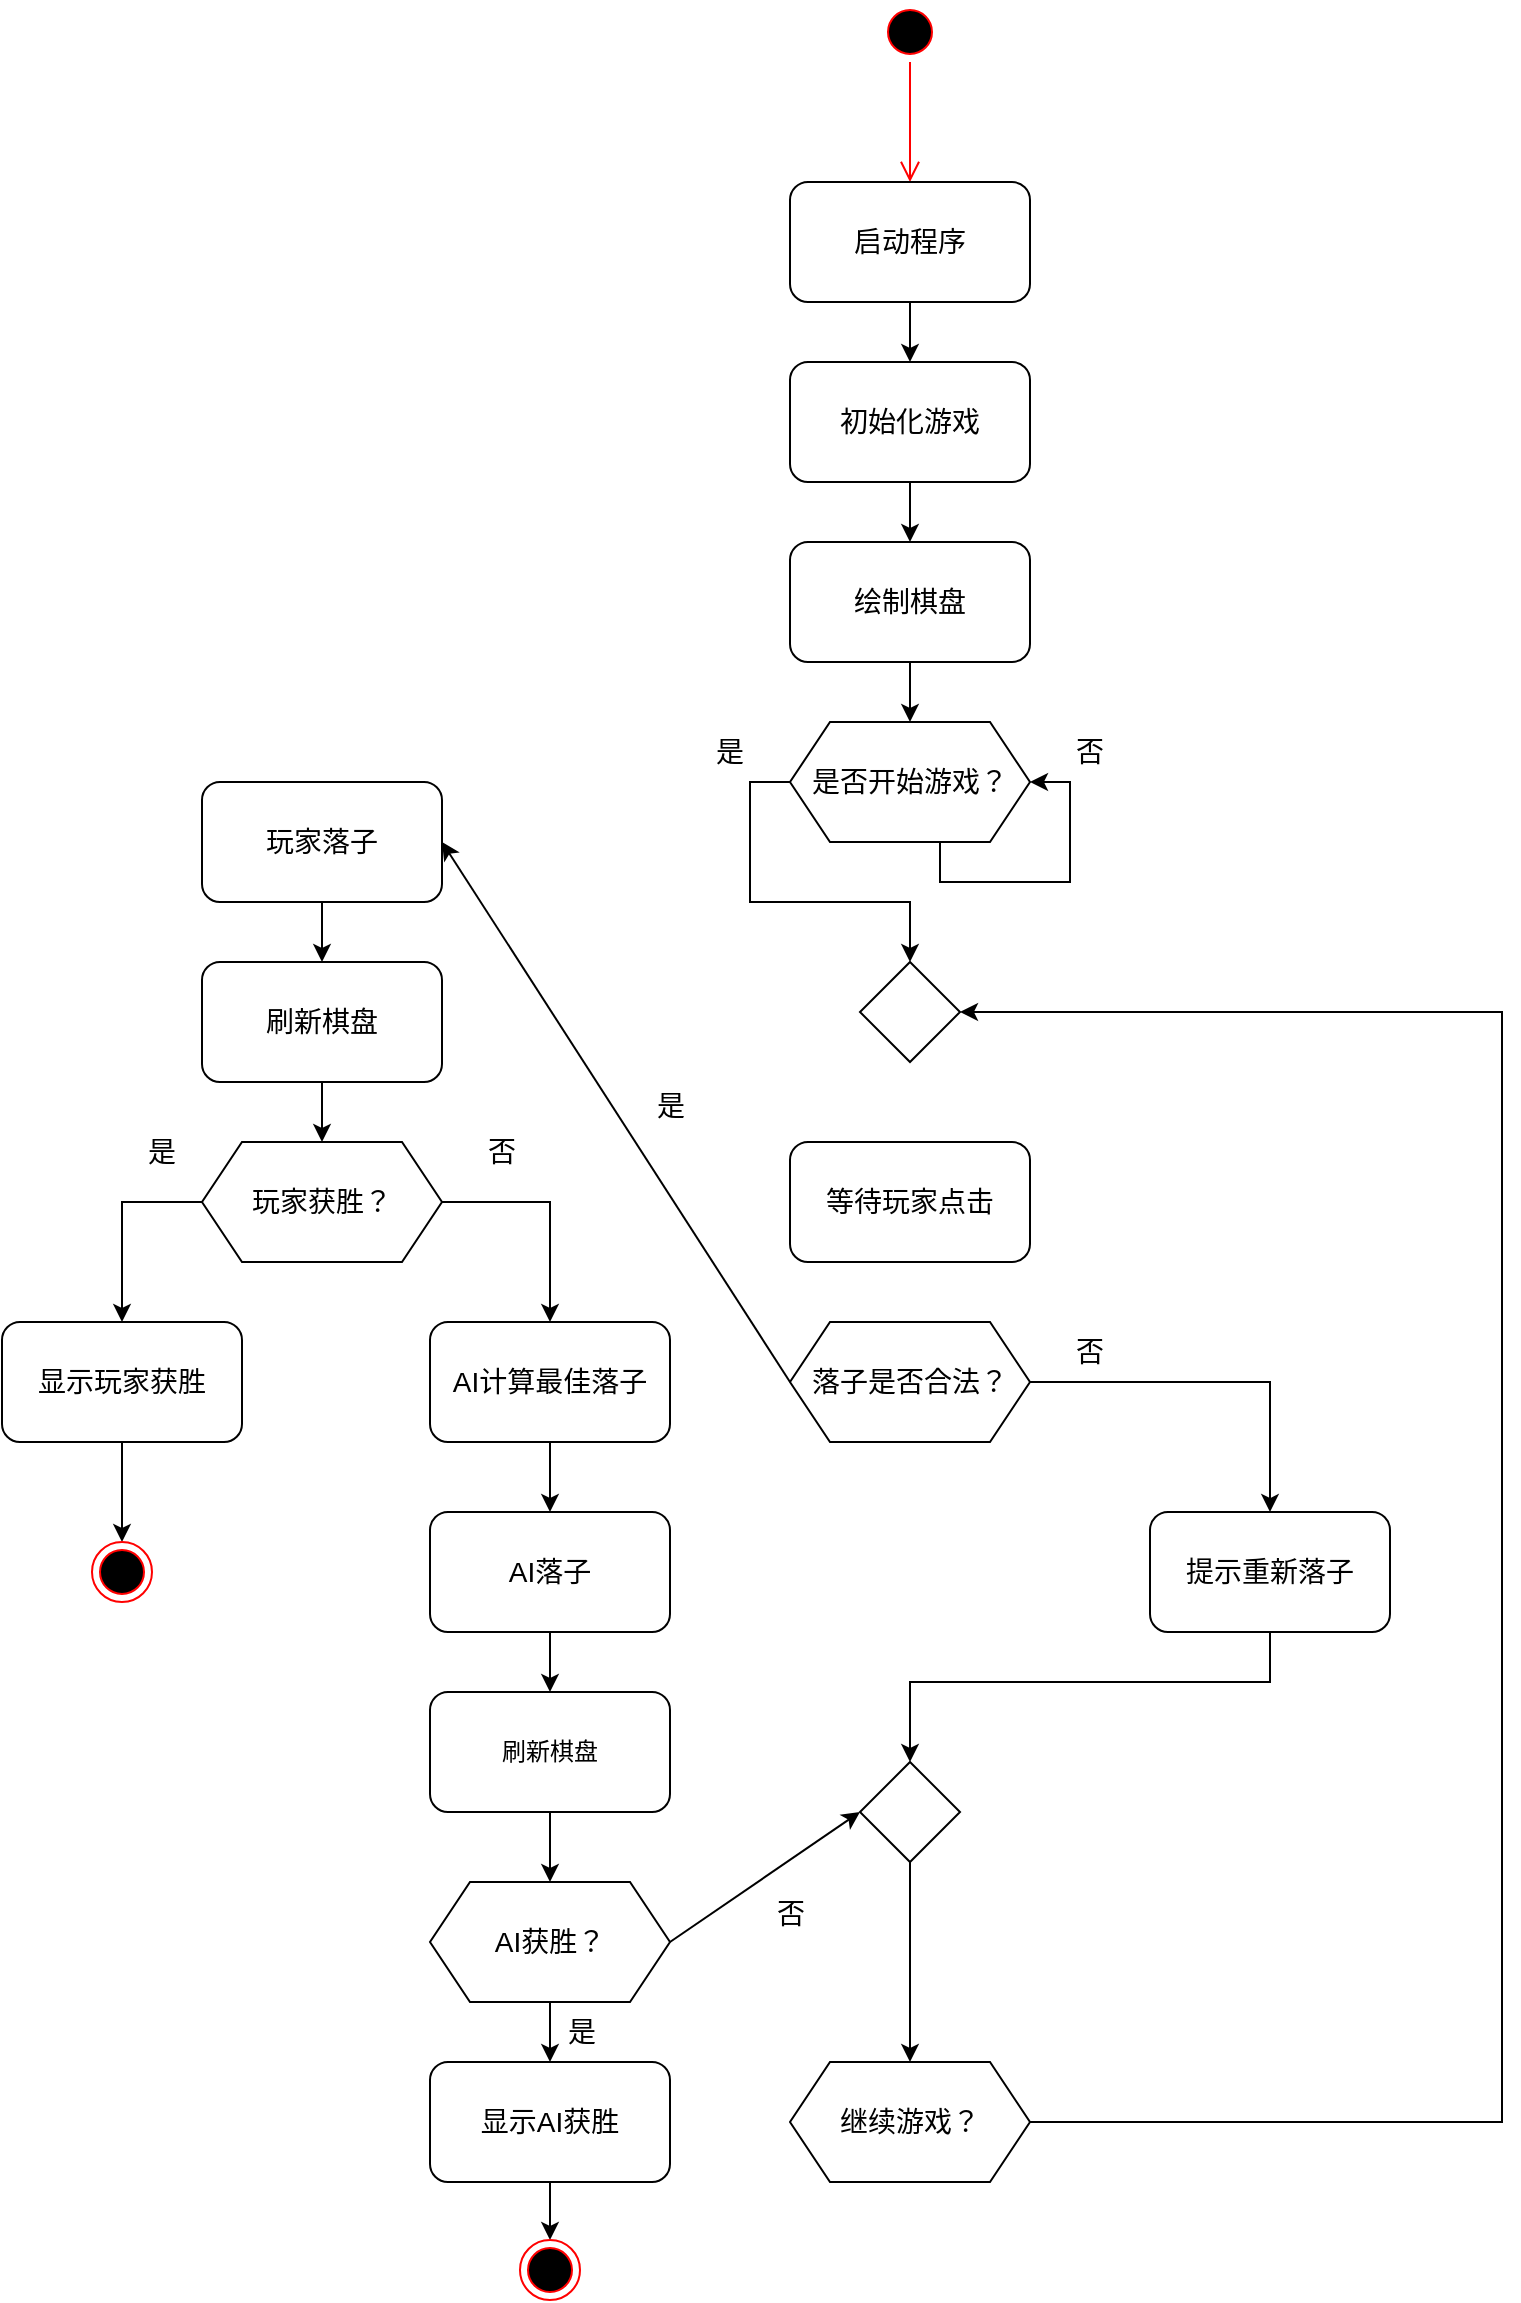
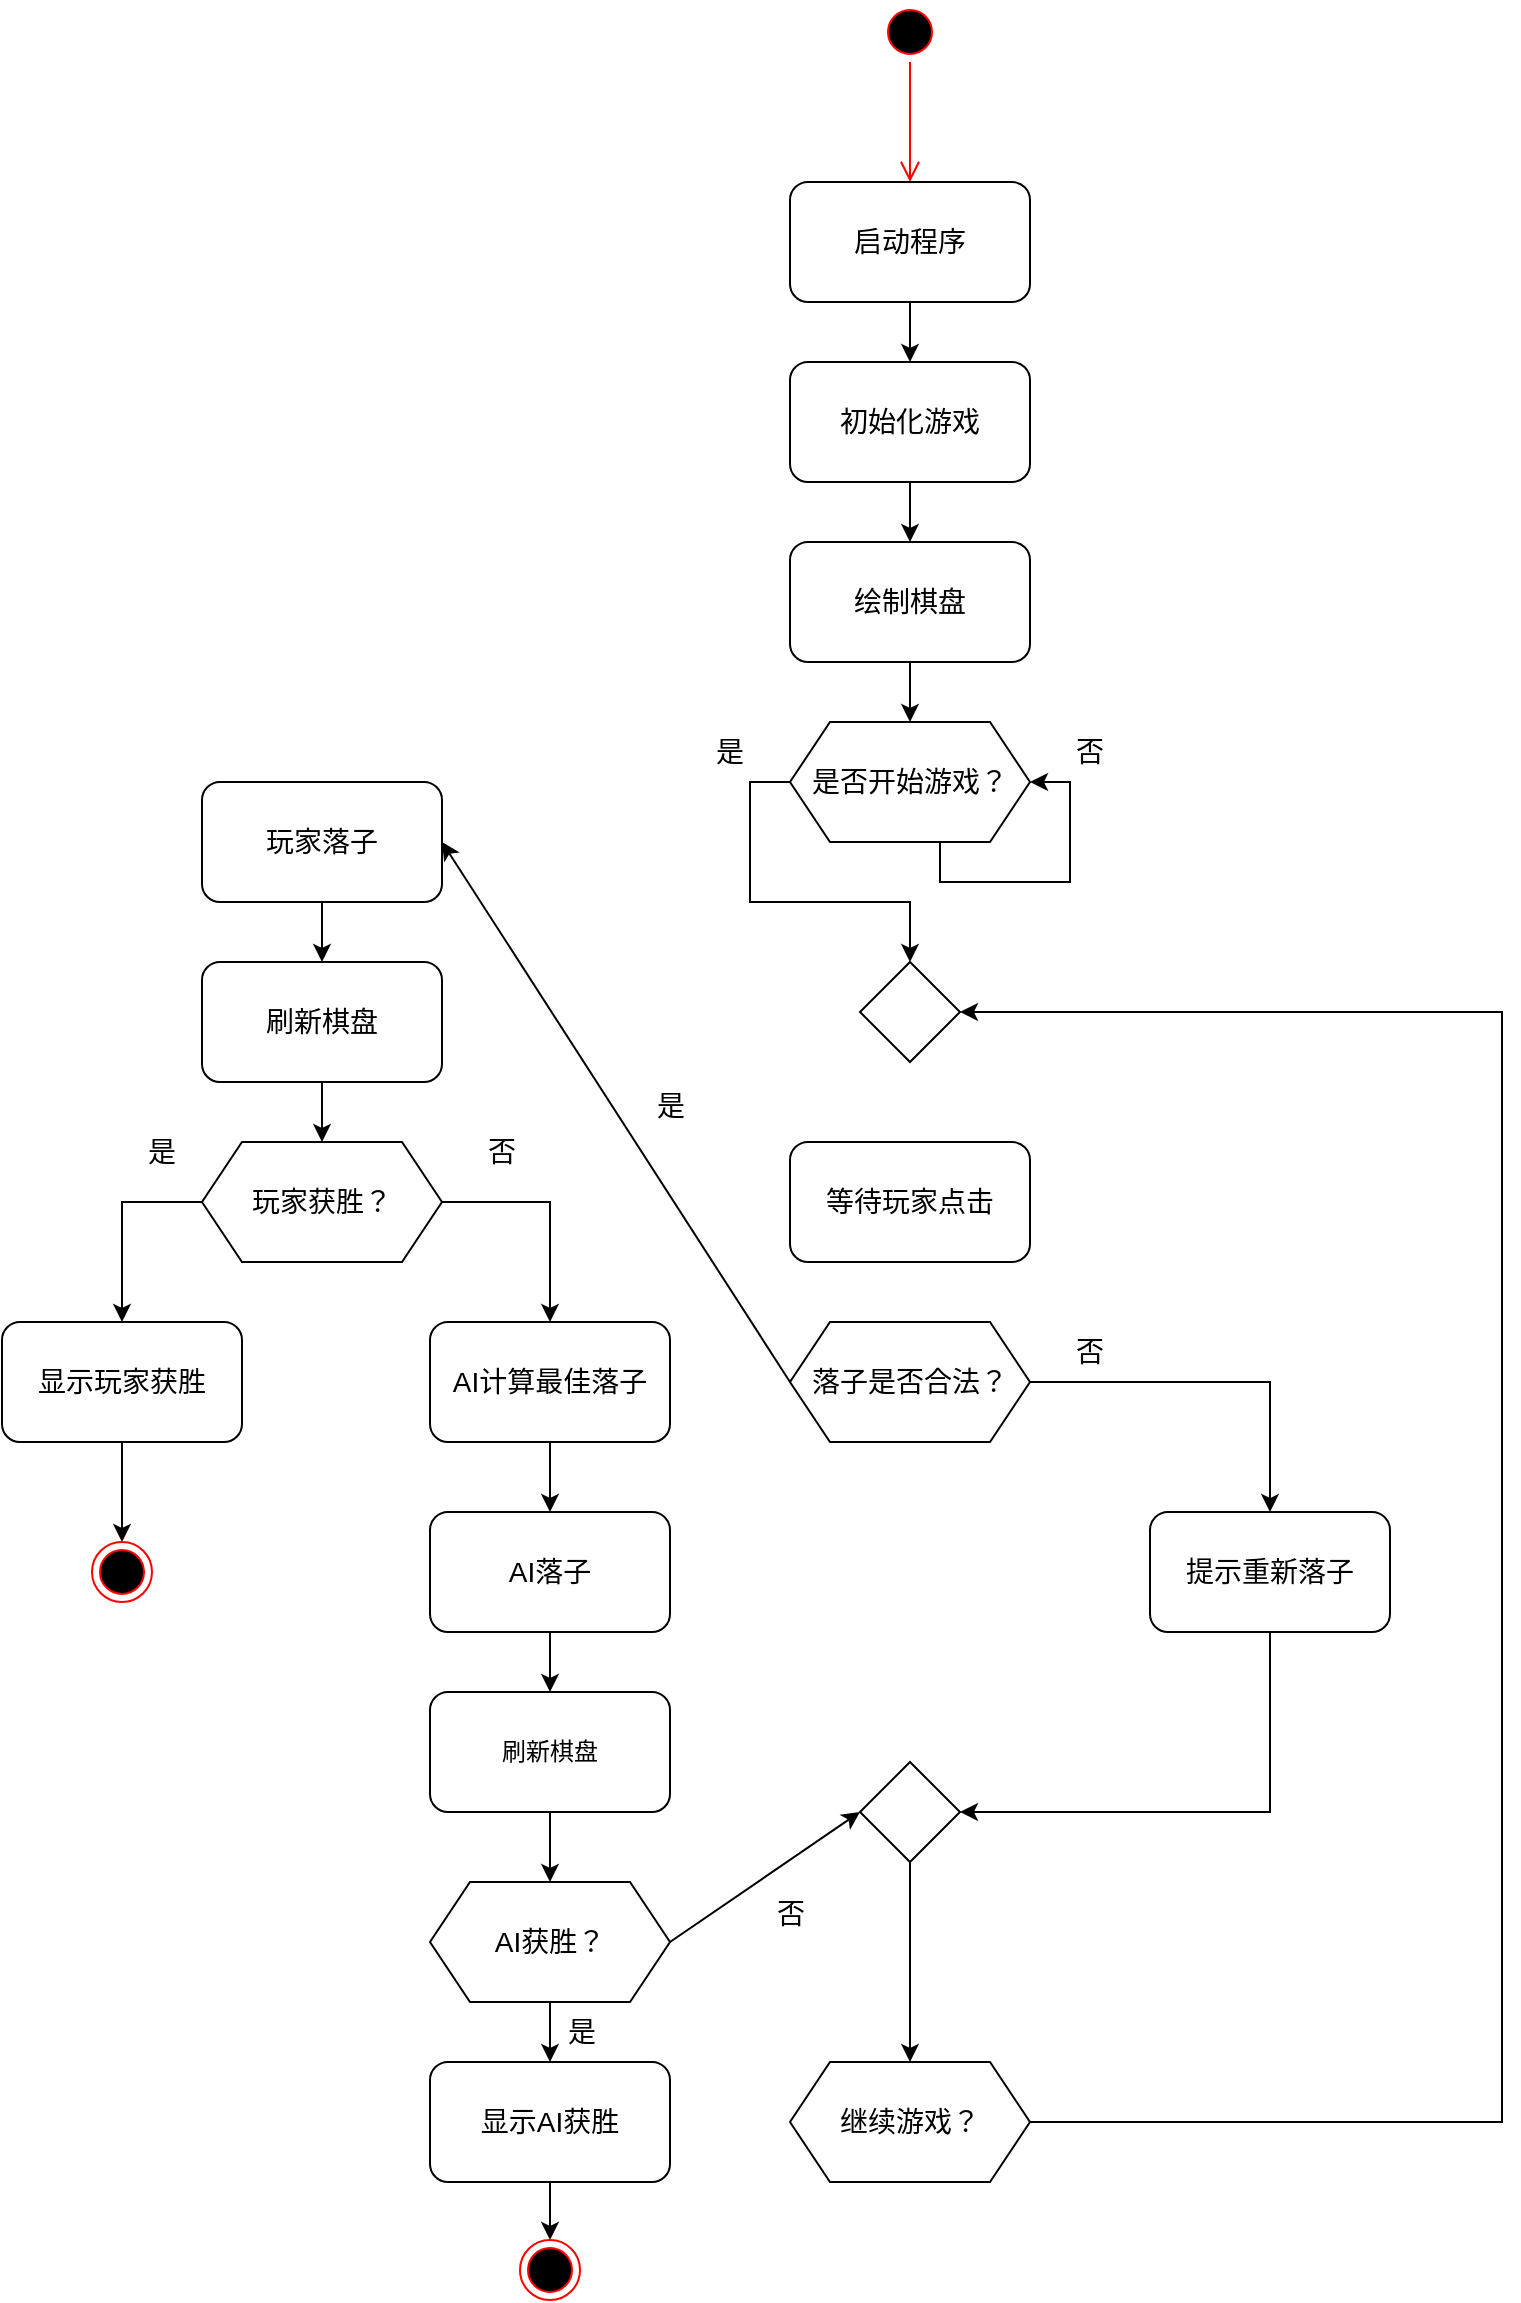
<mxfile host="app.diagrams.net">
  <diagram name="Page-1" id="nQLOdTiontIpWhaC8Gtr">
    <mxGraphModel dx="1568" dy="1145" grid="1" gridSize="10" guides="1" tooltips="1" connect="1" arrows="1" fold="1" page="1" pageScale="1" pageWidth="827" pageHeight="1169" math="0" shadow="0">
      <root>
        <mxCell id="0" />
        <mxCell id="1" parent="0" />
        <mxCell id="DP-BkAKwRPAdYNZihOL4-1" parent="1" style="ellipse;html=1;shape=startState;fillColor=#000000;strokeColor=#ff0000;" value="" vertex="1">
          <mxGeometry height="30" width="30" x="449" as="geometry" />
        </mxCell>
        <mxCell id="DP-BkAKwRPAdYNZihOL4-2" edge="1" parent="1" source="DP-BkAKwRPAdYNZihOL4-1" style="edgeStyle=orthogonalEdgeStyle;html=1;verticalAlign=bottom;endArrow=open;endSize=8;strokeColor=#ff0000;rounded=0;" value="">
          <mxGeometry relative="1" as="geometry">
            <mxPoint x="464" y="90" as="targetPoint" />
          </mxGeometry>
        </mxCell>
        <mxCell id="DP-BkAKwRPAdYNZihOL4-26" edge="1" parent="1" source="DP-BkAKwRPAdYNZihOL4-3" style="edgeStyle=orthogonalEdgeStyle;rounded=0;orthogonalLoop=1;jettySize=auto;html=1;exitX=0.5;exitY=1;exitDx=0;exitDy=0;entryX=0.5;entryY=0;entryDx=0;entryDy=0;" target="DP-BkAKwRPAdYNZihOL4-4">
          <mxGeometry relative="1" as="geometry" />
        </mxCell>
        <mxCell id="DP-BkAKwRPAdYNZihOL4-3" parent="1" style="rounded=1;whiteSpace=wrap;html=1;" value="&lt;font style=&quot;font-size: 14px;&quot;&gt;启动程序&lt;/font&gt;" vertex="1">
          <mxGeometry height="60" width="120" x="404" y="90" as="geometry" />
        </mxCell>
        <mxCell id="DP-BkAKwRPAdYNZihOL4-27" edge="1" parent="1" source="DP-BkAKwRPAdYNZihOL4-4" style="edgeStyle=orthogonalEdgeStyle;rounded=0;orthogonalLoop=1;jettySize=auto;html=1;exitX=0.5;exitY=1;exitDx=0;exitDy=0;entryX=0.5;entryY=0;entryDx=0;entryDy=0;" target="DP-BkAKwRPAdYNZihOL4-5">
          <mxGeometry relative="1" as="geometry" />
        </mxCell>
        <mxCell id="DP-BkAKwRPAdYNZihOL4-4" parent="1" style="rounded=1;whiteSpace=wrap;html=1;" value="&lt;font style=&quot;font-size: 14px;&quot;&gt;初始化游戏&lt;/font&gt;" vertex="1">
          <mxGeometry height="60" width="120" x="404" y="180" as="geometry" />
        </mxCell>
        <mxCell id="DP-BkAKwRPAdYNZihOL4-28" edge="1" parent="1" source="DP-BkAKwRPAdYNZihOL4-5" style="edgeStyle=orthogonalEdgeStyle;rounded=0;orthogonalLoop=1;jettySize=auto;html=1;exitX=0.5;exitY=1;exitDx=0;exitDy=0;entryX=0.5;entryY=0;entryDx=0;entryDy=0;" target="DP-BkAKwRPAdYNZihOL4-6">
          <mxGeometry relative="1" as="geometry" />
        </mxCell>
        <mxCell id="DP-BkAKwRPAdYNZihOL4-5" parent="1" style="rounded=1;whiteSpace=wrap;html=1;" value="&lt;font style=&quot;font-size: 14px;&quot;&gt;绘制棋盘&lt;/font&gt;" vertex="1">
          <mxGeometry height="60" width="120" x="404" y="270" as="geometry" />
        </mxCell>
        <mxCell id="DP-BkAKwRPAdYNZihOL4-32" edge="1" parent="1" source="DP-BkAKwRPAdYNZihOL4-6" style="edgeStyle=orthogonalEdgeStyle;rounded=0;orthogonalLoop=1;jettySize=auto;html=1;exitX=0;exitY=0.5;exitDx=0;exitDy=0;entryX=0.5;entryY=0;entryDx=0;entryDy=0;" target="DP-BkAKwRPAdYNZihOL4-7">
          <mxGeometry relative="1" as="geometry" />
        </mxCell>
        <mxCell id="DP-BkAKwRPAdYNZihOL4-6" parent="1" style="shape=hexagon;perimeter=hexagonPerimeter2;whiteSpace=wrap;html=1;fixedSize=1;" value="&lt;font style=&quot;font-size: 14px;&quot;&gt;是否开始游戏？&lt;/font&gt;" vertex="1">
          <mxGeometry height="60" width="120" x="404" y="360" as="geometry" />
        </mxCell>
        <mxCell id="DP-BkAKwRPAdYNZihOL4-7" parent="1" style="rhombus;whiteSpace=wrap;html=1;" value="" vertex="1">
          <mxGeometry height="50" width="50" x="439" y="480" as="geometry" />
        </mxCell>
        <mxCell id="DP-BkAKwRPAdYNZihOL4-10" parent="1" style="rounded=1;whiteSpace=wrap;html=1;" value="&lt;font style=&quot;font-size: 14px;&quot;&gt;等待玩家点击&lt;/font&gt;" vertex="1">
          <mxGeometry height="60" width="120" x="404" y="570" as="geometry" />
        </mxCell>
        <mxCell id="DP-BkAKwRPAdYNZihOL4-39" edge="1" parent="1" source="DP-BkAKwRPAdYNZihOL4-11" style="rounded=0;orthogonalLoop=1;jettySize=auto;html=1;exitX=0;exitY=0.5;exitDx=0;exitDy=0;entryX=1;entryY=0.5;entryDx=0;entryDy=0;" target="DP-BkAKwRPAdYNZihOL4-12">
          <mxGeometry relative="1" as="geometry" />
        </mxCell>
        <mxCell id="DP-BkAKwRPAdYNZihOL4-40" connectable="0" parent="DP-BkAKwRPAdYNZihOL4-39" style="edgeLabel;html=1;align=center;verticalAlign=middle;resizable=0;points=[];" value="&lt;font style=&quot;font-size: 14px;&quot;&gt;是&lt;/font&gt;" vertex="1">
          <mxGeometry relative="1" x="0.0073" y="-4" as="geometry">
            <mxPoint x="24" as="offset" />
          </mxGeometry>
        </mxCell>
        <mxCell id="DP-BkAKwRPAdYNZihOL4-42" edge="1" parent="1" source="DP-BkAKwRPAdYNZihOL4-11" style="edgeStyle=orthogonalEdgeStyle;rounded=0;orthogonalLoop=1;jettySize=auto;html=1;exitX=1;exitY=0.5;exitDx=0;exitDy=0;entryX=0.5;entryY=0;entryDx=0;entryDy=0;" target="DP-BkAKwRPAdYNZihOL4-25">
          <mxGeometry relative="1" as="geometry" />
        </mxCell>
        <mxCell id="DP-BkAKwRPAdYNZihOL4-11" parent="1" style="shape=hexagon;perimeter=hexagonPerimeter2;whiteSpace=wrap;html=1;fixedSize=1;" value="&lt;font style=&quot;font-size: 14px;&quot;&gt;落子是否合法？&lt;/font&gt;" vertex="1">
          <mxGeometry height="60" width="120" x="404" y="660" as="geometry" />
        </mxCell>
        <mxCell id="DP-BkAKwRPAdYNZihOL4-44" edge="1" parent="1" source="DP-BkAKwRPAdYNZihOL4-12" style="edgeStyle=orthogonalEdgeStyle;rounded=0;orthogonalLoop=1;jettySize=auto;html=1;exitX=0.5;exitY=1;exitDx=0;exitDy=0;entryX=0.5;entryY=0;entryDx=0;entryDy=0;" target="DP-BkAKwRPAdYNZihOL4-13">
          <mxGeometry relative="1" as="geometry" />
        </mxCell>
        <mxCell id="DP-BkAKwRPAdYNZihOL4-12" parent="1" style="rounded=1;whiteSpace=wrap;html=1;" value="&lt;font style=&quot;font-size: 14px;&quot;&gt;玩家落子&lt;/font&gt;" vertex="1">
          <mxGeometry height="60" width="120" x="110" y="390" as="geometry" />
        </mxCell>
        <mxCell id="DP-BkAKwRPAdYNZihOL4-45" edge="1" parent="1" source="DP-BkAKwRPAdYNZihOL4-13" style="edgeStyle=orthogonalEdgeStyle;rounded=0;orthogonalLoop=1;jettySize=auto;html=1;exitX=0.5;exitY=1;exitDx=0;exitDy=0;entryX=0.5;entryY=0;entryDx=0;entryDy=0;" target="DP-BkAKwRPAdYNZihOL4-14">
          <mxGeometry relative="1" as="geometry" />
        </mxCell>
        <mxCell id="DP-BkAKwRPAdYNZihOL4-13" parent="1" style="rounded=1;whiteSpace=wrap;html=1;" value="&lt;font style=&quot;font-size: 14px;&quot;&gt;刷新棋盘&lt;/font&gt;" vertex="1">
          <mxGeometry height="60" width="120" x="110" y="480" as="geometry" />
        </mxCell>
        <mxCell id="DP-BkAKwRPAdYNZihOL4-47" edge="1" parent="1" source="DP-BkAKwRPAdYNZihOL4-14" style="edgeStyle=orthogonalEdgeStyle;rounded=0;orthogonalLoop=1;jettySize=auto;html=1;exitX=0;exitY=0.5;exitDx=0;exitDy=0;entryX=0.5;entryY=0;entryDx=0;entryDy=0;" target="DP-BkAKwRPAdYNZihOL4-15">
          <mxGeometry relative="1" as="geometry" />
        </mxCell>
        <mxCell id="DP-BkAKwRPAdYNZihOL4-48" edge="1" parent="1" source="DP-BkAKwRPAdYNZihOL4-14" style="edgeStyle=orthogonalEdgeStyle;rounded=0;orthogonalLoop=1;jettySize=auto;html=1;exitX=1;exitY=0.5;exitDx=0;exitDy=0;entryX=0.5;entryY=0;entryDx=0;entryDy=0;" target="DP-BkAKwRPAdYNZihOL4-16">
          <mxGeometry relative="1" as="geometry" />
        </mxCell>
        <mxCell id="DP-BkAKwRPAdYNZihOL4-14" parent="1" style="shape=hexagon;perimeter=hexagonPerimeter2;whiteSpace=wrap;html=1;fixedSize=1;" value="&lt;font style=&quot;font-size: 14px;&quot;&gt;玩家获胜？&lt;/font&gt;" vertex="1">
          <mxGeometry height="60" width="120" x="110" y="570" as="geometry" />
        </mxCell>
        <mxCell id="6MK7MVILfJrGILVxfE86-12" edge="1" parent="1" source="DP-BkAKwRPAdYNZihOL4-15" style="edgeStyle=orthogonalEdgeStyle;rounded=0;orthogonalLoop=1;jettySize=auto;html=1;exitX=0.5;exitY=1;exitDx=0;exitDy=0;entryX=0.5;entryY=0;entryDx=0;entryDy=0;" target="DP-BkAKwRPAdYNZihOL4-17">
          <mxGeometry relative="1" as="geometry" />
        </mxCell>
        <mxCell id="DP-BkAKwRPAdYNZihOL4-15" parent="1" style="rounded=1;whiteSpace=wrap;html=1;" value="&lt;font style=&quot;font-size: 14px;&quot;&gt;显示玩家获胜&lt;/font&gt;" vertex="1">
          <mxGeometry height="60" width="120" x="10" y="660" as="geometry" />
        </mxCell>
        <mxCell id="6MK7MVILfJrGILVxfE86-1" edge="1" parent="1" source="DP-BkAKwRPAdYNZihOL4-16" style="edgeStyle=orthogonalEdgeStyle;rounded=0;orthogonalLoop=1;jettySize=auto;html=1;exitX=0.5;exitY=1;exitDx=0;exitDy=0;entryX=0.5;entryY=0;entryDx=0;entryDy=0;" target="DP-BkAKwRPAdYNZihOL4-18">
          <mxGeometry relative="1" as="geometry" />
        </mxCell>
        <mxCell id="DP-BkAKwRPAdYNZihOL4-16" parent="1" style="rounded=1;whiteSpace=wrap;html=1;" value="&lt;font style=&quot;font-size: 14px;&quot;&gt;AI计算最佳落子&lt;/font&gt;" vertex="1">
          <mxGeometry height="60" width="120" x="224" y="660" as="geometry" />
        </mxCell>
        <mxCell id="DP-BkAKwRPAdYNZihOL4-17" parent="1" style="ellipse;html=1;shape=endState;fillColor=#000000;strokeColor=#ff0000;" value="" vertex="1">
          <mxGeometry height="30" width="30" x="55" y="770" as="geometry" />
        </mxCell>
        <mxCell id="6MK7MVILfJrGILVxfE86-2" edge="1" parent="1" source="DP-BkAKwRPAdYNZihOL4-18" style="edgeStyle=orthogonalEdgeStyle;rounded=0;orthogonalLoop=1;jettySize=auto;html=1;exitX=0.5;exitY=1;exitDx=0;exitDy=0;entryX=0.5;entryY=0;entryDx=0;entryDy=0;" target="DP-BkAKwRPAdYNZihOL4-19">
          <mxGeometry relative="1" as="geometry" />
        </mxCell>
        <mxCell id="DP-BkAKwRPAdYNZihOL4-18" parent="1" style="rounded=1;whiteSpace=wrap;html=1;" value="&lt;font style=&quot;font-size: 14px;&quot;&gt;AI落子&lt;/font&gt;" vertex="1">
          <mxGeometry height="60" width="120" x="224" y="755" as="geometry" />
        </mxCell>
        <mxCell id="6MK7MVILfJrGILVxfE86-3" edge="1" parent="1" source="DP-BkAKwRPAdYNZihOL4-19" style="edgeStyle=orthogonalEdgeStyle;rounded=0;orthogonalLoop=1;jettySize=auto;html=1;exitX=0.5;exitY=1;exitDx=0;exitDy=0;entryX=0.5;entryY=0;entryDx=0;entryDy=0;" target="DP-BkAKwRPAdYNZihOL4-20">
          <mxGeometry relative="1" as="geometry" />
        </mxCell>
        <mxCell id="DP-BkAKwRPAdYNZihOL4-19" parent="1" style="rounded=1;whiteSpace=wrap;html=1;" value="刷新棋盘" vertex="1">
          <mxGeometry height="60" width="120" x="224" y="845" as="geometry" />
        </mxCell>
        <mxCell id="6MK7MVILfJrGILVxfE86-4" edge="1" parent="1" source="DP-BkAKwRPAdYNZihOL4-20" style="edgeStyle=orthogonalEdgeStyle;rounded=0;orthogonalLoop=1;jettySize=auto;html=1;exitX=0.5;exitY=1;exitDx=0;exitDy=0;entryX=0.5;entryY=0;entryDx=0;entryDy=0;" target="DP-BkAKwRPAdYNZihOL4-21">
          <mxGeometry relative="1" as="geometry" />
        </mxCell>
        <mxCell id="6MK7MVILfJrGILVxfE86-7" edge="1" parent="1" source="DP-BkAKwRPAdYNZihOL4-20" style="rounded=0;orthogonalLoop=1;jettySize=auto;html=1;exitX=1;exitY=0.5;exitDx=0;exitDy=0;entryX=0;entryY=0.5;entryDx=0;entryDy=0;" target="DP-BkAKwRPAdYNZihOL4-23">
          <mxGeometry relative="1" as="geometry" />
        </mxCell>
        <mxCell id="6MK7MVILfJrGILVxfE86-8" connectable="0" parent="6MK7MVILfJrGILVxfE86-7" style="edgeLabel;html=1;align=center;verticalAlign=middle;resizable=0;points=[];" value="&lt;font style=&quot;font-size: 14px;&quot;&gt;否&lt;/font&gt;" vertex="1">
          <mxGeometry relative="1" x="-0.0047" y="-5" as="geometry">
            <mxPoint x="9" y="14" as="offset" />
          </mxGeometry>
        </mxCell>
        <mxCell id="DP-BkAKwRPAdYNZihOL4-20" parent="1" style="shape=hexagon;perimeter=hexagonPerimeter2;whiteSpace=wrap;html=1;fixedSize=1;" value="&lt;font style=&quot;font-size: 14px;&quot;&gt;AI获胜？&lt;/font&gt;" vertex="1">
          <mxGeometry height="60" width="120" x="224" y="940" as="geometry" />
        </mxCell>
        <mxCell id="6MK7MVILfJrGILVxfE86-6" edge="1" parent="1" source="DP-BkAKwRPAdYNZihOL4-21" style="edgeStyle=orthogonalEdgeStyle;rounded=0;orthogonalLoop=1;jettySize=auto;html=1;exitX=0.5;exitY=1;exitDx=0;exitDy=0;entryX=0.5;entryY=0;entryDx=0;entryDy=0;" target="DP-BkAKwRPAdYNZihOL4-22">
          <mxGeometry relative="1" as="geometry" />
        </mxCell>
        <mxCell id="DP-BkAKwRPAdYNZihOL4-21" parent="1" style="rounded=1;whiteSpace=wrap;html=1;" value="&lt;font style=&quot;font-size: 14px;&quot;&gt;显示AI获胜&lt;/font&gt;" vertex="1">
          <mxGeometry height="60" width="120" x="224" y="1030" as="geometry" />
        </mxCell>
        <mxCell id="DP-BkAKwRPAdYNZihOL4-22" parent="1" style="ellipse;html=1;shape=endState;fillColor=#000000;strokeColor=#ff0000;" value="" vertex="1">
          <mxGeometry height="30" width="30" x="269" y="1119" as="geometry" />
        </mxCell>
        <mxCell id="6MK7MVILfJrGILVxfE86-9" edge="1" parent="1" source="DP-BkAKwRPAdYNZihOL4-23" style="edgeStyle=orthogonalEdgeStyle;rounded=0;orthogonalLoop=1;jettySize=auto;html=1;exitX=0.5;exitY=1;exitDx=0;exitDy=0;entryX=0.5;entryY=0;entryDx=0;entryDy=0;" target="DP-BkAKwRPAdYNZihOL4-24">
          <mxGeometry relative="1" as="geometry" />
        </mxCell>
        <mxCell id="DP-BkAKwRPAdYNZihOL4-23" parent="1" style="rhombus;whiteSpace=wrap;html=1;" value="" vertex="1">
          <mxGeometry height="50" width="50" x="439" y="880" as="geometry" />
        </mxCell>
        <mxCell id="6MK7MVILfJrGILVxfE86-11" edge="1" parent="1" source="DP-BkAKwRPAdYNZihOL4-24" style="edgeStyle=orthogonalEdgeStyle;rounded=0;orthogonalLoop=1;jettySize=auto;html=1;exitX=1;exitY=0.5;exitDx=0;exitDy=0;entryX=1;entryY=0.5;entryDx=0;entryDy=0;" target="DP-BkAKwRPAdYNZihOL4-7">
          <mxGeometry relative="1" as="geometry">
            <Array as="points">
              <mxPoint x="760" y="1060" />
              <mxPoint x="760" y="505" />
            </Array>
          </mxGeometry>
        </mxCell>
        <mxCell id="DP-BkAKwRPAdYNZihOL4-24" parent="1" style="shape=hexagon;perimeter=hexagonPerimeter2;whiteSpace=wrap;html=1;fixedSize=1;" value="&lt;font style=&quot;font-size: 14px;&quot;&gt;继续游戏？&lt;/font&gt;" vertex="1">
          <mxGeometry height="60" width="120" x="404" y="1030" as="geometry" />
        </mxCell>
-         <mxCell id="6MK7MVILfJrGILVxfE86-10" edge="1" parent="1" source="DP-BkAKwRPAdYNZihOL4-25" style="edgeStyle=orthogonalEdgeStyle;rounded=0;orthogonalLoop=1;jettySize=auto;html=1;exitX=0.5;exitY=1;exitDx=0;exitDy=0;entryX=0.5;entryY=0;entryDx=0;entryDy=0;" target="DP-BkAKwRPAdYNZihOL4-23">
-           <mxGeometry relative="1" as="geometry">
-             <Array as="points">
-               <mxPoint x="644" y="840" />
-               <mxPoint x="464" y="840" />
-             </Array>
-           </mxGeometry>
+         <mxCell id="6MK7MVILfJrGILVxfE86-15" edge="1" parent="1" source="DP-BkAKwRPAdYNZihOL4-25" style="edgeStyle=orthogonalEdgeStyle;rounded=0;orthogonalLoop=1;jettySize=auto;html=1;exitX=0.5;exitY=1;exitDx=0;exitDy=0;entryX=1;entryY=0.5;entryDx=0;entryDy=0;" target="DP-BkAKwRPAdYNZihOL4-23">
+           <mxGeometry relative="1" as="geometry" />
        </mxCell>
        <mxCell id="DP-BkAKwRPAdYNZihOL4-25" parent="1" style="rounded=1;whiteSpace=wrap;html=1;" value="&lt;font style=&quot;font-size: 14px;&quot;&gt;提示重新落子&lt;/font&gt;" vertex="1">
          <mxGeometry height="60" width="120" x="584" y="755" as="geometry" />
        </mxCell>
        <mxCell id="DP-BkAKwRPAdYNZihOL4-29" edge="1" parent="1" source="DP-BkAKwRPAdYNZihOL4-6" style="edgeStyle=orthogonalEdgeStyle;rounded=0;orthogonalLoop=1;jettySize=auto;html=1;exitX=0.625;exitY=1;exitDx=0;exitDy=0;entryX=1;entryY=0.5;entryDx=0;entryDy=0;" target="DP-BkAKwRPAdYNZihOL4-6">
          <mxGeometry relative="1" as="geometry" />
        </mxCell>
        <mxCell id="DP-BkAKwRPAdYNZihOL4-31" parent="1" style="text;html=1;whiteSpace=wrap;strokeColor=none;fillColor=none;align=center;verticalAlign=middle;rounded=0;" value="&lt;font style=&quot;font-size: 14px;&quot;&gt;否&lt;/font&gt;" vertex="1">
          <mxGeometry height="30" width="60" x="524" y="360" as="geometry" />
        </mxCell>
        <mxCell id="DP-BkAKwRPAdYNZihOL4-33" parent="1" style="text;html=1;whiteSpace=wrap;strokeColor=none;fillColor=none;align=center;verticalAlign=middle;rounded=0;" value="&lt;font style=&quot;font-size: 14px;&quot;&gt;是&lt;/font&gt;" vertex="1">
          <mxGeometry height="30" width="60" x="344" y="360" as="geometry" />
        </mxCell>
        <mxCell id="DP-BkAKwRPAdYNZihOL4-43" parent="1" style="text;html=1;whiteSpace=wrap;strokeColor=none;fillColor=none;align=center;verticalAlign=middle;rounded=0;" value="&lt;font style=&quot;font-size: 14px;&quot;&gt;否&lt;/font&gt;" vertex="1">
          <mxGeometry height="30" width="60" x="524" y="660" as="geometry" />
        </mxCell>
        <mxCell id="DP-BkAKwRPAdYNZihOL4-49" parent="1" style="text;html=1;whiteSpace=wrap;strokeColor=none;fillColor=none;align=center;verticalAlign=middle;rounded=0;" value="&lt;font style=&quot;font-size: 14px;&quot;&gt;是&lt;/font&gt;" vertex="1">
          <mxGeometry height="30" width="60" x="60" y="560" as="geometry" />
        </mxCell>
        <mxCell id="DP-BkAKwRPAdYNZihOL4-52" parent="1" style="text;html=1;whiteSpace=wrap;strokeColor=none;fillColor=none;align=center;verticalAlign=middle;rounded=0;" value="&lt;font style=&quot;font-size: 14px;&quot;&gt;否&lt;/font&gt;" vertex="1">
          <mxGeometry height="30" width="60" x="230" y="560" as="geometry" />
        </mxCell>
        <mxCell id="6MK7MVILfJrGILVxfE86-5" parent="1" style="text;html=1;whiteSpace=wrap;strokeColor=none;fillColor=none;align=center;verticalAlign=middle;rounded=0;" value="&lt;font style=&quot;font-size: 14px;&quot;&gt;是&lt;/font&gt;" vertex="1">
          <mxGeometry height="30" width="60" x="270" y="1000" as="geometry" />
        </mxCell>
      </root>
    </mxGraphModel>
  </diagram>
</mxfile>
